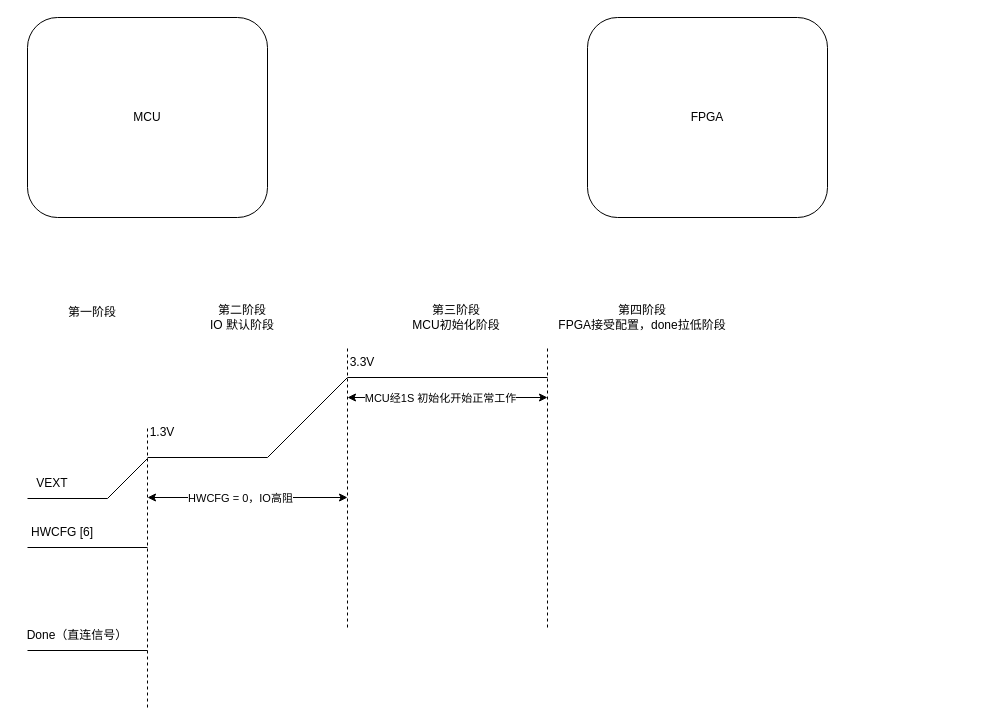
This is 未命名绘图.drawio from shenwangchong/learngit, a draw.io file, before an edit. Source tidied: cells renumbered, new cells numbered last; positions are measured from the earlier drawing's top-left corner, leaving out a move shared by most shapes. Both pictures are drawn from the tidied source at 100%, with x=0, y=0 at pixel (17, 17).
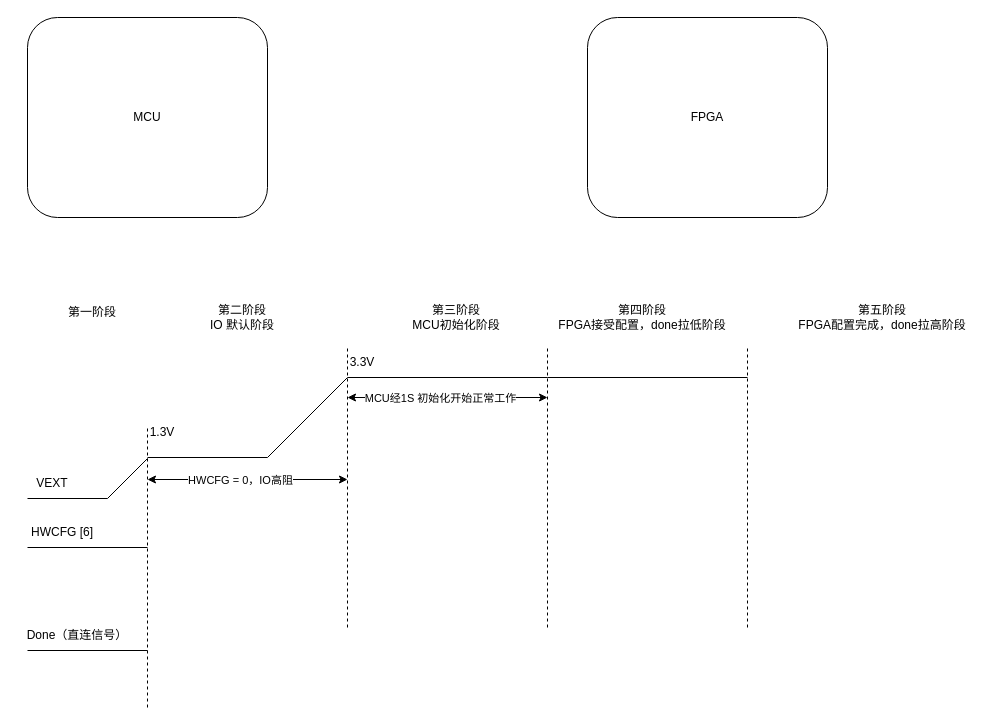
After the change.

Commit message:
更新未命名绘图.drawio

The edit, as a diff of the source:
```diff
@@
     <mxCell id="18" style="endArrow=classic;startArrow=classic;html=1;rounded=0;" parent="1" edge="1">
       <mxGeometry relative="1" as="geometry">
-        <mxPoint x="130" y="480" as="sourcePoint" />
-        <mxPoint x="330" y="480" as="targetPoint" />
+        <mxPoint x="130" y="462" as="sourcePoint" />
+        <mxPoint x="330" y="462" as="targetPoint" />
       </mxGeometry>
     </mxCell>
@@
+    <mxCell id="27" style="endArrow=none;html=1;rounded=0;" parent="1" edge="1">
+      <mxGeometry relative="1" as="geometry">
+        <mxPoint x="530" y="360" as="sourcePoint" />
+        <mxPoint x="730" y="360" as="targetPoint" />
+      </mxGeometry>
+    </mxCell>
+    <mxCell id="28" style="endArrow=none;dashed=1;html=1;rounded=0;" parent="1" edge="1">
+      <mxGeometry relative="1" as="geometry">
+        <mxPoint x="730" y="610" as="sourcePoint" />
+        <mxPoint x="730" y="330" as="targetPoint" />
+      </mxGeometry>
+    </mxCell>
+    <mxCell id="29" value="第五阶段&lt;div&gt;FPGA配置完成，done拉高阶段&lt;/div&gt;" style="text;html=1;whiteSpace=wrap;strokeColor=none;fillColor=none;align=center;verticalAlign=middle;rounded=0;" parent="1" vertex="1">
+      <mxGeometry x="770" y="280" width="190" height="40" as="geometry" />
+    </mxCell>
```
